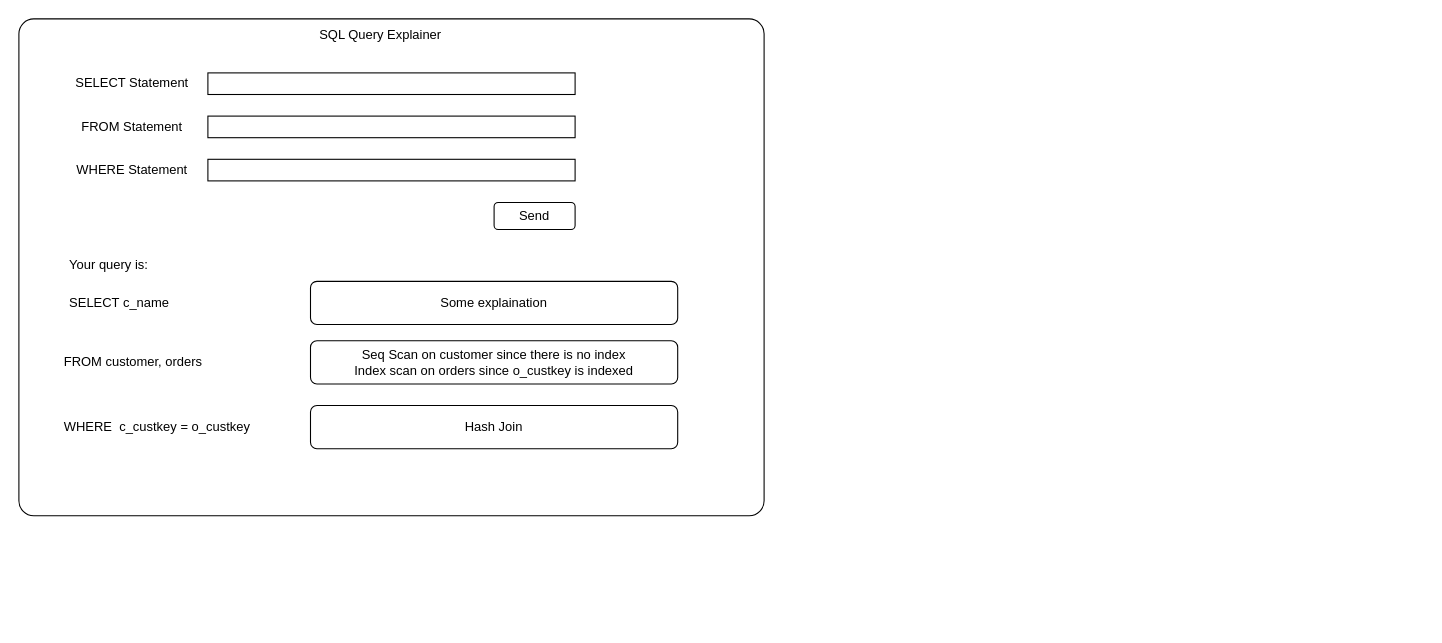
Above: mockup.drawio in therealaxax/Query-Plan-Explainer (draw.io), before the change. Source tidied: cells renumbered, new cells numbered last; positions are measured from the earlier drawing's top-left corner, leaving out a move shared by most shapes. Both pictures are drawn from the tidied source at 108%, with x=0, y=0 at pixel (18, 18).
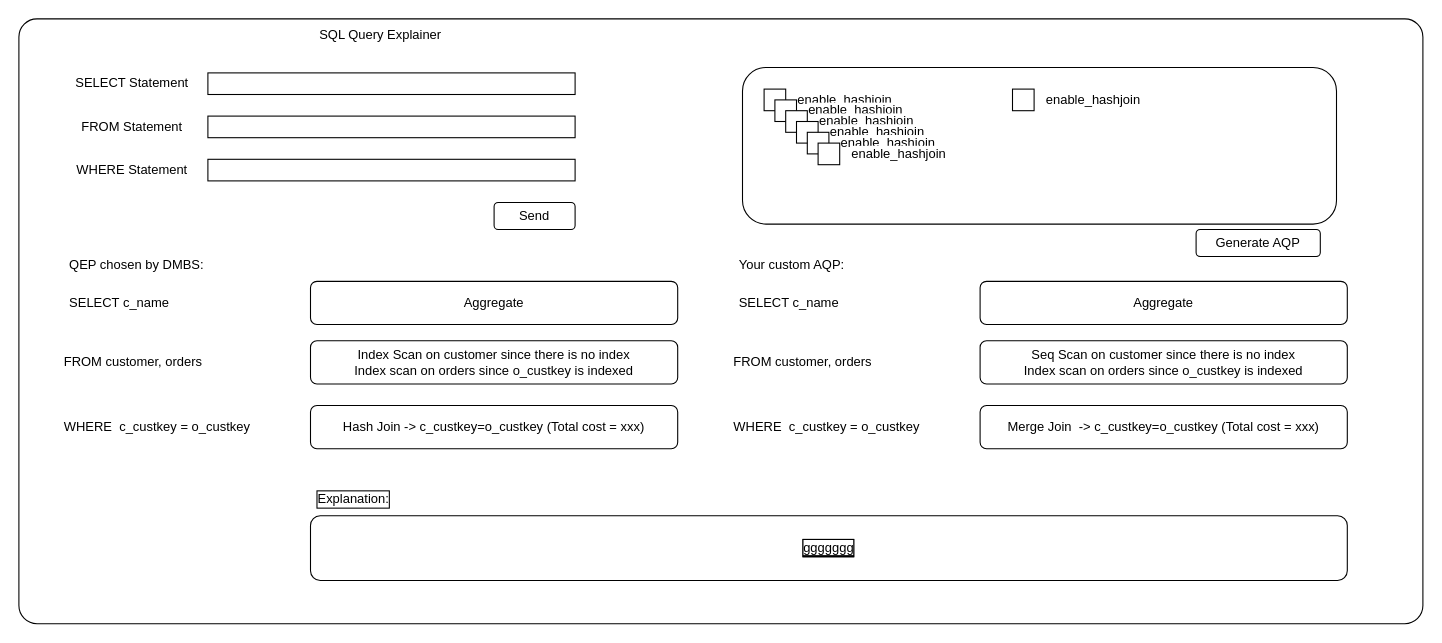
After the change.

Diff of the diagram source:
```diff
@@
     <mxCell id="2" style="rounded=1;whiteSpace=wrap;html=1;arcSize=3;" parent="1" vertex="1">
-      <mxGeometry width="690" height="460" as="geometry" />
+      <mxGeometry width="1300" height="560" as="geometry" />
     </mxCell>
@@
-    <mxCell id="11" value="Your query is:" style="text;html=1;strokeColor=none;fillColor=none;align=left;verticalAlign=middle;whiteSpace=wrap;rounded=0;" parent="1" vertex="1">
+    <mxCell id="11" value="QEP chosen by DMBS:" style="text;html=1;strokeColor=none;fillColor=none;align=left;verticalAlign=middle;whiteSpace=wrap;rounded=0;" parent="1" vertex="1">
       <mxGeometry x="45" y="213" width="130" height="30" as="geometry" />
     </mxCell>
@@
-    <mxCell id="14" value="&lt;font color=&quot;#000000&quot;&gt;Some explaination&lt;/font&gt;" style="rounded=1;whiteSpace=wrap;html=1;fillColor=#FFFFFF;" parent="1" vertex="1">
+    <mxCell id="14" value="&lt;font color=&quot;#000000&quot;&gt;Aggregate&lt;/font&gt;" style="rounded=1;whiteSpace=wrap;html=1;fillColor=#FFFFFF;" parent="1" vertex="1">
       <mxGeometry x="270" y="243" width="340" height="40" as="geometry" />
     </mxCell>
-    <mxCell id="15" value="&lt;span style=&quot;color: rgb(0 , 0 , 0) ; font-family: &amp;#34;helvetica&amp;#34; ; font-size: 12px ; font-style: normal ; font-weight: 400 ; letter-spacing: normal ; text-align: center ; text-indent: 0px ; text-transform: none ; word-spacing: 0px ; display: inline ; float: none ; background-color: rgb(255 , 255 , 255)&quot;&gt;Seq Scan on customer since there is no index&lt;br&gt;Index scan on orders since o_custkey is indexed&lt;br&gt;&lt;/span&gt;" style="rounded=1;whiteSpace=wrap;html=1;fillColor=#FFFFFF;" parent="1" vertex="1">
+    <mxCell id="15" value="&lt;span style=&quot;color: rgb(0 , 0 , 0) ; font-family: &amp;#34;helvetica&amp;#34; ; font-size: 12px ; font-style: normal ; font-weight: 400 ; letter-spacing: normal ; text-align: center ; text-indent: 0px ; text-transform: none ; word-spacing: 0px ; display: inline ; float: none ; background-color: rgb(255 , 255 , 255)&quot;&gt;Index Scan on customer since there is no index&lt;br&gt;Index scan on orders since o_custkey is indexed&lt;br&gt;&lt;/span&gt;" style="rounded=1;whiteSpace=wrap;html=1;fillColor=#FFFFFF;" parent="1" vertex="1">
       <mxGeometry x="270" y="298" width="340" height="40" as="geometry" />
     </mxCell>
-    <mxCell id="16" value="&lt;span style=&quot;color: rgb(0 , 0 , 0) ; font-family: &amp;#34;helvetica&amp;#34; ; font-size: 12px ; font-style: normal ; font-weight: 400 ; letter-spacing: normal ; text-align: center ; text-indent: 0px ; text-transform: none ; word-spacing: 0px ; display: inline ; float: none ; background-color: rgb(255 , 255 , 255)&quot;&gt;Hash Join&lt;/span&gt;" style="rounded=1;whiteSpace=wrap;html=1;fillColor=#FFFFFF;" parent="1" vertex="1">
+    <mxCell id="16" value="&lt;span style=&quot;color: rgb(0 , 0 , 0) ; font-family: &amp;#34;helvetica&amp;#34; ; font-size: 12px ; font-style: normal ; font-weight: 400 ; letter-spacing: normal ; text-align: center ; text-indent: 0px ; text-transform: none ; word-spacing: 0px ; display: inline ; float: none ; background-color: rgb(255 , 255 , 255)&quot;&gt;Hash Join -&amp;gt; c_custkey=o_custkey (Total cost = xxx)&lt;/span&gt;" style="rounded=1;whiteSpace=wrap;html=1;fillColor=#FFFFFF;" parent="1" vertex="1">
       <mxGeometry x="270" y="358" width="340" height="40" as="geometry" />
     </mxCell>
@@
+    <mxCell id="18" value="SELECT c_name" style="text;html=1;strokeColor=none;fillColor=none;align=left;verticalAlign=middle;whiteSpace=wrap;rounded=0;" parent="1" vertex="1">
+      <mxGeometry x="665" y="248" width="125" height="30" as="geometry" />
+    </mxCell>
+    <mxCell id="19" value="Your custom AQP:" style="text;html=1;strokeColor=none;fillColor=none;align=left;verticalAlign=middle;whiteSpace=wrap;rounded=0;" parent="1" vertex="1">
+      <mxGeometry x="665" y="213" width="130" height="30" as="geometry" />
+    </mxCell>
+    <mxCell id="20" value="FROM customer, orders" style="text;html=1;strokeColor=none;fillColor=none;align=left;verticalAlign=middle;whiteSpace=wrap;rounded=0;" parent="1" vertex="1">
+      <mxGeometry x="660" y="303" width="150" height="30" as="geometry" />
+    </mxCell>
+    <mxCell id="21" value="WHERE&amp;nbsp; c_custkey = o_custkey" style="text;html=1;strokeColor=none;fillColor=none;align=left;verticalAlign=middle;whiteSpace=wrap;rounded=0;" parent="1" vertex="1">
+      <mxGeometry x="660" y="363" width="180" height="30" as="geometry" />
+    </mxCell>
+    <mxCell id="22" value="&lt;font color=&quot;#000000&quot;&gt;Aggregate&lt;/font&gt;" style="rounded=1;whiteSpace=wrap;html=1;fillColor=#FFFFFF;" parent="1" vertex="1">
+      <mxGeometry x="890" y="243" width="340" height="40" as="geometry" />
+    </mxCell>
+    <mxCell id="23" value="&lt;span style=&quot;color: rgb(0 , 0 , 0) ; font-family: &amp;#34;helvetica&amp;#34; ; font-size: 12px ; font-style: normal ; font-weight: 400 ; letter-spacing: normal ; text-align: center ; text-indent: 0px ; text-transform: none ; word-spacing: 0px ; display: inline ; float: none ; background-color: rgb(255 , 255 , 255)&quot;&gt;Seq Scan on customer since there is no index&lt;br&gt;Index scan on orders since o_custkey is indexed&lt;br&gt;&lt;/span&gt;" style="rounded=1;whiteSpace=wrap;html=1;fillColor=#FFFFFF;" parent="1" vertex="1">
+      <mxGeometry x="890" y="298" width="340" height="40" as="geometry" />
+    </mxCell>
+    <mxCell id="24" value="&lt;span style=&quot;color: rgb(0 , 0 , 0) ; font-family: &amp;#34;helvetica&amp;#34; ; font-size: 12px ; font-style: normal ; font-weight: 400 ; letter-spacing: normal ; text-align: center ; text-indent: 0px ; text-transform: none ; word-spacing: 0px ; display: inline ; float: none ; background-color: rgb(255 , 255 , 255)&quot;&gt;Merge Join&amp;nbsp;&lt;/span&gt;&lt;span style=&quot;color: rgb(0 , 0 , 0) ; font-family: &amp;#34;helvetica&amp;#34; ; background-color: rgb(255 , 255 , 255)&quot;&gt;&amp;nbsp;-&amp;gt; c_custkey=o_custkey (Total cost = xxx)&lt;/span&gt;" style="rounded=1;whiteSpace=wrap;html=1;fillColor=#FFFFFF;" parent="1" vertex="1">
+      <mxGeometry x="890" y="358" width="340" height="40" as="geometry" />
+    </mxCell>
+    <mxCell id="25" style="rounded=1;whiteSpace=wrap;html=1;labelBackgroundColor=#FFFFFF;fontColor=#000000;fillColor=#FFFFFF;" parent="1" vertex="1">
+      <mxGeometry x="670" y="45" width="550" height="145" as="geometry" />
+    </mxCell>
+    <mxCell id="26" value="enable_hashjoin" style="text;html=1;strokeColor=none;fillColor=none;align=center;verticalAlign=middle;whiteSpace=wrap;rounded=0;labelBackgroundColor=#FFFFFF;fontColor=#000000;" parent="1" vertex="1">
+      <mxGeometry x="735" y="60" width="60" height="30" as="geometry" />
+    </mxCell>
+    <mxCell id="27" style="rounded=0;whiteSpace=wrap;html=1;labelBackgroundColor=#000000;fontColor=#000000;fillColor=#FFFFFF;labelBorderColor=#000000;" parent="1" vertex="1">
+      <mxGeometry x="690" y="65" width="20" height="20" as="geometry" />
+    </mxCell>
+    <mxCell id="28" value="Generate AQP" style="rounded=1;whiteSpace=wrap;html=1;labelBackgroundColor=#FFFFFF;fontColor=#000000;fillColor=#FFFFFF;" parent="1" vertex="1">
+      <mxGeometry x="1090" y="195" width="115" height="25" as="geometry" />
+    </mxCell>
+    <mxCell id="29" value="enable_hashjoin" style="text;html=1;strokeColor=none;fillColor=none;align=center;verticalAlign=middle;whiteSpace=wrap;rounded=0;labelBackgroundColor=#FFFFFF;fontColor=#000000;" parent="1" vertex="1">
+      <mxGeometry x="745" y="70" width="60" height="30" as="geometry" />
+    </mxCell>
+    <mxCell id="30" style="rounded=0;whiteSpace=wrap;html=1;labelBackgroundColor=#000000;fontColor=#000000;fillColor=#FFFFFF;labelBorderColor=#000000;" parent="1" vertex="1">
+      <mxGeometry x="700" y="75" width="20" height="20" as="geometry" />
+    </mxCell>
+    <mxCell id="31" value="enable_hashjoin" style="text;html=1;strokeColor=none;fillColor=none;align=center;verticalAlign=middle;whiteSpace=wrap;rounded=0;labelBackgroundColor=#FFFFFF;fontColor=#000000;" parent="1" vertex="1">
+      <mxGeometry x="755" y="80" width="60" height="30" as="geometry" />
+    </mxCell>
+    <mxCell id="32" style="rounded=0;whiteSpace=wrap;html=1;labelBackgroundColor=#000000;fontColor=#000000;fillColor=#FFFFFF;labelBorderColor=#000000;" parent="1" vertex="1">
+      <mxGeometry x="710" y="85" width="20" height="20" as="geometry" />
+    </mxCell>
+    <mxCell id="33" value="enable_hashjoin" style="text;html=1;strokeColor=none;fillColor=none;align=center;verticalAlign=middle;whiteSpace=wrap;rounded=0;labelBackgroundColor=#FFFFFF;fontColor=#000000;" parent="1" vertex="1">
+      <mxGeometry x="765" y="90" width="60" height="30" as="geometry" />
+    </mxCell>
+    <mxCell id="34" style="rounded=0;whiteSpace=wrap;html=1;labelBackgroundColor=#000000;fontColor=#000000;fillColor=#FFFFFF;labelBorderColor=#000000;" parent="1" vertex="1">
+      <mxGeometry x="720" y="95" width="20" height="20" as="geometry" />
+    </mxCell>
+    <mxCell id="35" value="enable_hashjoin" style="text;html=1;strokeColor=none;fillColor=none;align=center;verticalAlign=middle;whiteSpace=wrap;rounded=0;labelBackgroundColor=#FFFFFF;fontColor=#000000;" parent="1" vertex="1">
+      <mxGeometry x="775" y="100" width="60" height="30" as="geometry" />
+    </mxCell>
+    <mxCell id="36" style="rounded=0;whiteSpace=wrap;html=1;labelBackgroundColor=#000000;fontColor=#000000;fillColor=#FFFFFF;labelBorderColor=#000000;" parent="1" vertex="1">
+      <mxGeometry x="730" y="105" width="20" height="20" as="geometry" />
+    </mxCell>
+    <mxCell id="37" value="enable_hashjoin" style="text;html=1;strokeColor=none;fillColor=none;align=center;verticalAlign=middle;whiteSpace=wrap;rounded=0;labelBackgroundColor=#FFFFFF;fontColor=#000000;" parent="1" vertex="1">
+      <mxGeometry x="785" y="110" width="60" height="30" as="geometry" />
+    </mxCell>
+    <mxCell id="38" style="rounded=0;whiteSpace=wrap;html=1;labelBackgroundColor=#000000;fontColor=#000000;fillColor=#FFFFFF;labelBorderColor=#000000;" parent="1" vertex="1">
+      <mxGeometry x="740" y="115" width="20" height="20" as="geometry" />
+    </mxCell>
+    <mxCell id="39" value="enable_hashjoin" style="text;html=1;strokeColor=none;fillColor=none;align=center;verticalAlign=middle;whiteSpace=wrap;rounded=0;labelBackgroundColor=#FFFFFF;fontColor=#000000;" parent="1" vertex="1">
+      <mxGeometry x="965" y="60" width="60" height="30" as="geometry" />
+    </mxCell>
+    <mxCell id="40" style="rounded=0;whiteSpace=wrap;html=1;labelBackgroundColor=#000000;fontColor=#000000;fillColor=#FFFFFF;labelBorderColor=#000000;" parent="1" vertex="1">
+      <mxGeometry x="920" y="65" width="20" height="20" as="geometry" />
+    </mxCell>
+    <mxCell id="41" value="&lt;span style=&quot;background-color: rgb(255 , 255 , 255)&quot;&gt;ggggggg&lt;/span&gt;" style="rounded=1;whiteSpace=wrap;html=1;labelBackgroundColor=#000000;labelBorderColor=#000000;fontColor=#000000;fillColor=#FFFFFF;" parent="1" vertex="1">
+      <mxGeometry x="270" y="460" width="960" height="60" as="geometry" />
+    </mxCell>
+    <mxCell id="42" value="Explanation:" style="text;html=1;strokeColor=none;fillColor=none;align=center;verticalAlign=middle;whiteSpace=wrap;rounded=0;labelBackgroundColor=#FFFFFF;labelBorderColor=#000000;fontColor=#000000;" parent="1" vertex="1">
+      <mxGeometry x="250" y="430" width="120" height="30" as="geometry" />
+    </mxCell>
```
